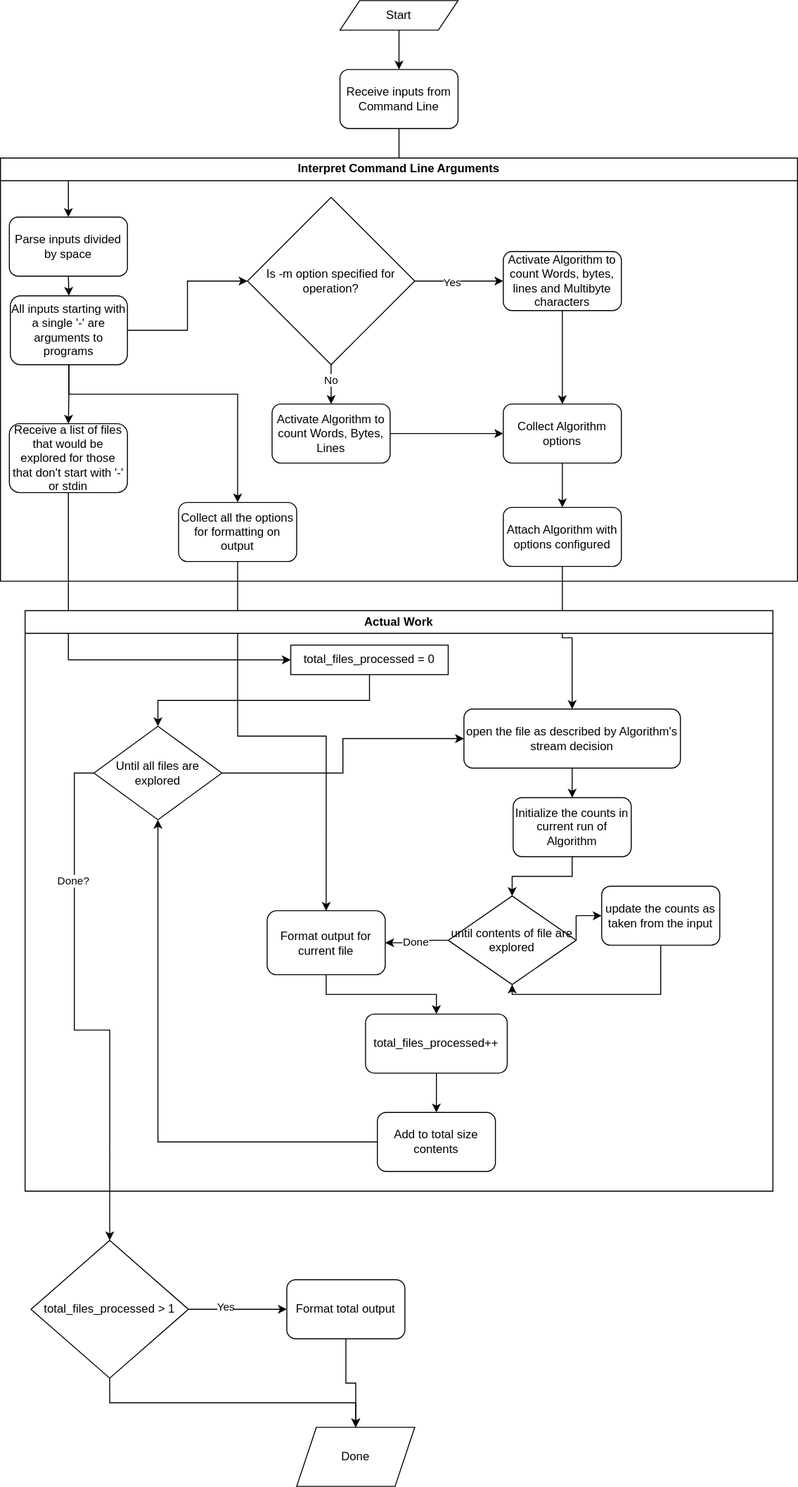
CagesThrottleUs/ccwc keeps this draw.io diagram as docs/Algorithm.svg. Above is the earlier version. Source tidied: cells renumbered, new cells last; positions are measured from the earlier drawing's top-left corner, leaving out a move shared by most shapes.
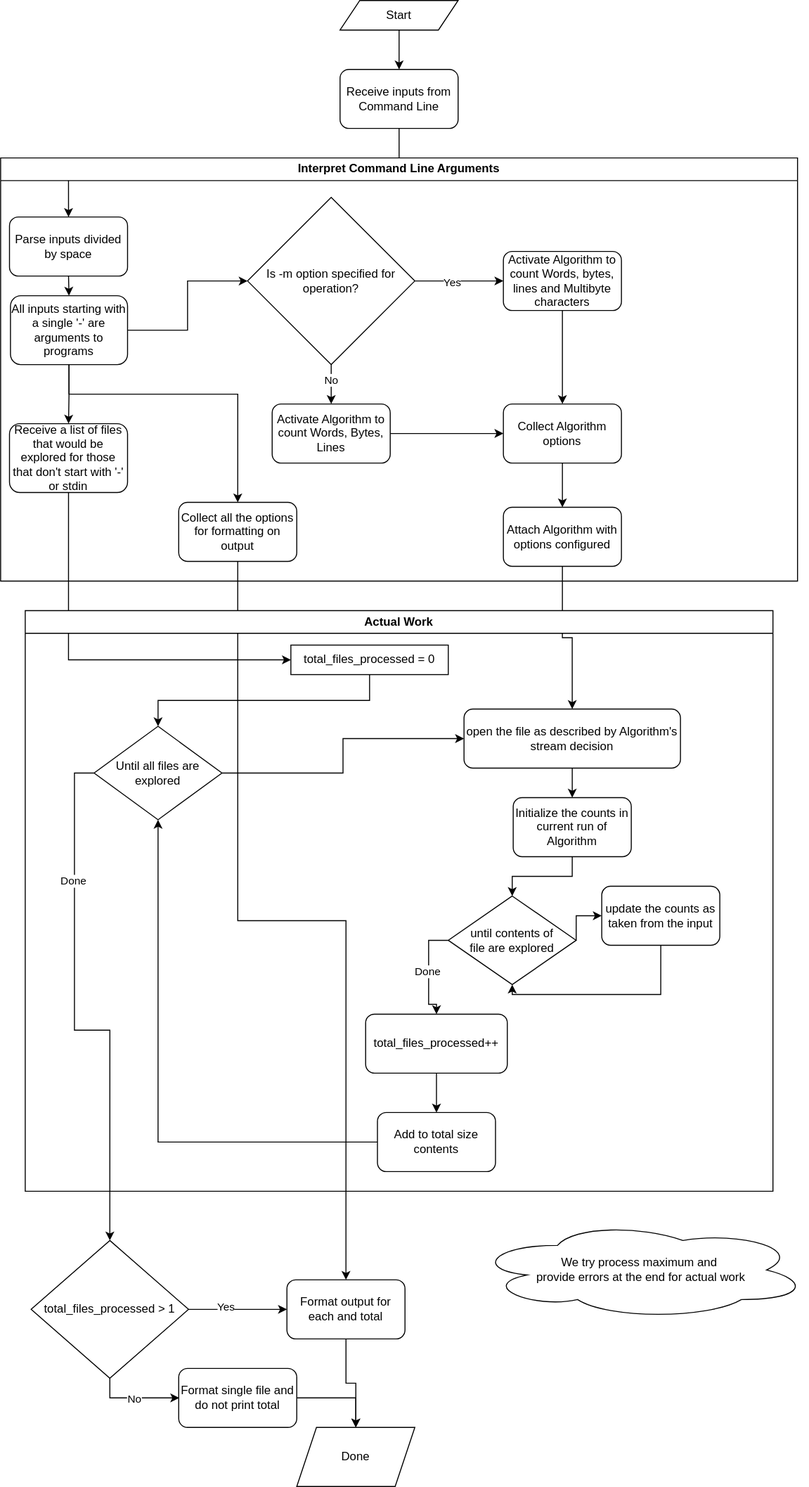
Above is the later version.

The edit, as a diff of the source:
```diff
@@ -8,7 +8,7 @@
     <mxCell id="3" style="edgeStyle=orthogonalEdgeStyle;rounded=0;jettySize=auto;html=1;exitX=0.5;exitY=1;exitDx=0;exitDy=0;entryX=0;entryY=0.5;entryDx=0;entryDy=0;" parent="1" edge="1" source="28" target="34">
       <mxGeometry relative="1" as="geometry" />
     </mxCell>
-    <mxCell id="4" style="edgeStyle=orthogonalEdgeStyle;rounded=0;jettySize=auto;html=1;exitX=0.5;exitY=1;exitDx=0;exitDy=0;entryX=0.5;entryY=0;entryDx=0;entryDy=0;" parent="1" edge="1" source="29" target="46">
+    <mxCell id="4" style="edgeStyle=orthogonalEdgeStyle;rounded=0;jettySize=auto;html=1;exitX=0.5;exitY=1;exitDx=0;exitDy=0;entryX=0.5;entryY=0;entryDx=0;entryDy=0;" parent="1" edge="1" source="29" target="58">
       <mxGeometry relative="1" as="geometry" />
     </mxCell>
     <mxCell id="5" style="edgeStyle=orthogonalEdgeStyle;rounded=0;jettySize=auto;html=1;exitX=0.5;exitY=1;exitDx=0;exitDy=0;entryX=0.5;entryY=0;entryDx=0;entryDy=0;" parent="1" edge="1" source="6" target="8">
@@ -125,13 +125,13 @@
         </Array>
       </mxGeometry>
     </mxCell>
-    <mxCell id="40" style="edgeStyle=orthogonalEdgeStyle;rounded=0;jettySize=auto;html=1;exitX=0;exitY=0.5;exitDx=0;exitDy=0;entryX=1;entryY=0.5;entryDx=0;entryDy=0;" parent="30" edge="1" source="42" target="46">
+    <mxCell id="40" style="edgeStyle=orthogonalEdgeStyle;rounded=0;jettySize=auto;html=1;exitX=0;exitY=0.5;exitDx=0;exitDy=0;entryX=0.5;entryY=0;entryDx=0;entryDy=0;" parent="30" edge="1" source="42" target="48">
       <mxGeometry relative="1" as="geometry" />
     </mxCell>
     <mxCell id="41" value="Done" style="edgeLabel;html=1;align=center;verticalAlign=middle;" parent="40" vertex="1">
       <mxGeometry x="0.01" y="-1" relative="1" as="geometry" />
     </mxCell>
-    <mxCell id="42" value="until contents of file are explored" style="rhombus;whiteSpace=wrap;html=1;" parent="30" vertex="1">
+    <mxCell id="42" value="until contents of&lt;div&gt;file are explored&lt;/div&gt;" style="rhombus;whiteSpace=wrap;html=1;" parent="30" vertex="1">
       <mxGeometry x="430" y="290" width="130" height="90" as="geometry" />
     </mxCell>
     <mxCell id="43" style="edgeStyle=orthogonalEdgeStyle;rounded=0;jettySize=auto;html=1;exitX=0.5;exitY=1;exitDx=0;exitDy=0;entryX=0.5;entryY=1;entryDx=0;entryDy=0;" parent="30" edge="1" source="44" target="42">
@@ -145,12 +145,6 @@
     <mxCell id="44" value="update the counts as taken from the input" style="rounded=1;whiteSpace=wrap;html=1;" parent="30" vertex="1">
       <mxGeometry x="586" y="280" width="120" height="60" as="geometry" />
     </mxCell>
-    <mxCell id="45" style="edgeStyle=orthogonalEdgeStyle;rounded=0;jettySize=auto;html=1;exitX=0.5;exitY=1;exitDx=0;exitDy=0;entryX=0.5;entryY=0;entryDx=0;entryDy=0;" parent="30" edge="1" source="46" target="48">
-      <mxGeometry relative="1" as="geometry" />
-    </mxCell>
-    <mxCell id="46" value="Format output for current file" style="rounded=1;whiteSpace=wrap;html=1;" parent="30" vertex="1">
-      <mxGeometry x="246" y="305" width="120" height="65" as="geometry" />
-    </mxCell>
     <mxCell id="47" style="edgeStyle=orthogonalEdgeStyle;rounded=0;jettySize=auto;html=1;entryX=0.5;entryY=0;entryDx=0;entryDy=0;" parent="30" edge="1" source="48" target="49">
       <mxGeometry relative="1" as="geometry" />
     </mxCell>
@@ -169,26 +163,40 @@
     <mxCell id="52" value="Yes" style="edgeLabel;html=1;align=center;verticalAlign=middle;" parent="51" vertex="1">
       <mxGeometry x="-0.24" y="2" relative="1" as="geometry" />
     </mxCell>
-    <mxCell id="53" style="edgeStyle=orthogonalEdgeStyle;rounded=0;jettySize=auto;html=1;exitX=0.5;exitY=1;exitDx=0;exitDy=0;entryX=0.5;entryY=0;entryDx=0;entryDy=0;" parent="1" edge="1" source="54" target="59">
-      <mxGeometry relative="1" as="geometry" />
-    </mxCell>
+    <mxCell id="60" style="edgeStyle=orthogonalEdgeStyle;rounded=0;jettySize=auto;html=1;exitX=0.5;exitY=1;exitDx=0;exitDy=0;" parent="1" edge="1" source="54">
+      <mxGeometry relative="1" as="geometry">
+        <mxPoint x="181" y="1420" as="targetPoint" />
+      </mxGeometry>
+    </mxCell>
+    <mxCell id="61" value="No" style="edgeLabel;html=1;align=center;verticalAlign=middle;" parent="60" vertex="1">
+      <mxGeometry x="-0.02" y="-1" relative="1" as="geometry" />
+    </mxCell>
     <mxCell id="54" value="total_files_processed &amp;gt; 1" style="rhombus;whiteSpace=wrap;html=1;" parent="1" vertex="1">
       <mxGeometry x="31" y="1260" width="160" height="140" as="geometry" />
     </mxCell>
     <mxCell id="55" style="edgeStyle=orthogonalEdgeStyle;rounded=0;jettySize=auto;html=1;exitX=0;exitY=0.5;exitDx=0;exitDy=0;entryX=0.5;entryY=0;entryDx=0;entryDy=0;" parent="1" edge="1" source="32" target="54">
       <mxGeometry relative="1" as="geometry" />
     </mxCell>
-    <mxCell id="56" value="Done?" style="edgeLabel;html=1;align=center;verticalAlign=middle;" parent="55" vertex="1">
+    <mxCell id="56" value="Done" style="edgeLabel;html=1;align=center;verticalAlign=middle;" parent="55" vertex="1">
       <mxGeometry x="-0.51" y="-1" relative="1" as="geometry" />
     </mxCell>
     <mxCell id="57" style="edgeStyle=orthogonalEdgeStyle;rounded=0;jettySize=auto;html=1;" parent="1" edge="1" source="58" target="59">
       <mxGeometry relative="1" as="geometry" />
     </mxCell>
-    <mxCell id="58" value="Format total output" style="rounded=1;whiteSpace=wrap;html=1;" parent="1" vertex="1">
+    <mxCell id="58" value="Format output for each and total" style="rounded=1;whiteSpace=wrap;html=1;" parent="1" vertex="1">
       <mxGeometry x="291" y="1300" width="120" height="60" as="geometry" />
     </mxCell>
     <mxCell id="59" value="Done" style="shape=parallelogram;perimeter=parallelogramPerimeter;whiteSpace=wrap;html=1;fixedSize=1;" parent="1" vertex="1">
       <mxGeometry x="301" y="1450" width="120" height="60" as="geometry" />
     </mxCell>
+    <mxCell id="62" style="edgeStyle=orthogonalEdgeStyle;rounded=0;jettySize=auto;html=1;exitX=1;exitY=0.5;exitDx=0;exitDy=0;entryX=0.5;entryY=0;entryDx=0;entryDy=0;" parent="1" edge="1" source="63" target="59">
+      <mxGeometry relative="1" as="geometry" />
+    </mxCell>
+    <mxCell id="63" value="Format single file and do not print total" style="rounded=1;whiteSpace=wrap;html=1;" parent="1" vertex="1">
+      <mxGeometry x="181" y="1390" width="120" height="60" as="geometry" />
+    </mxCell>
+    <mxCell id="64" value="We try process maximum and&amp;nbsp;&lt;div&gt;provide errors at the end for actual work&lt;/div&gt;" style="ellipse;shape=cloud;whiteSpace=wrap;html=1;" parent="1" vertex="1">
+      <mxGeometry x="481" y="1240" width="340" height="100" as="geometry" />
+    </mxCell>
   </root>
 </mxGraphModel>
```
